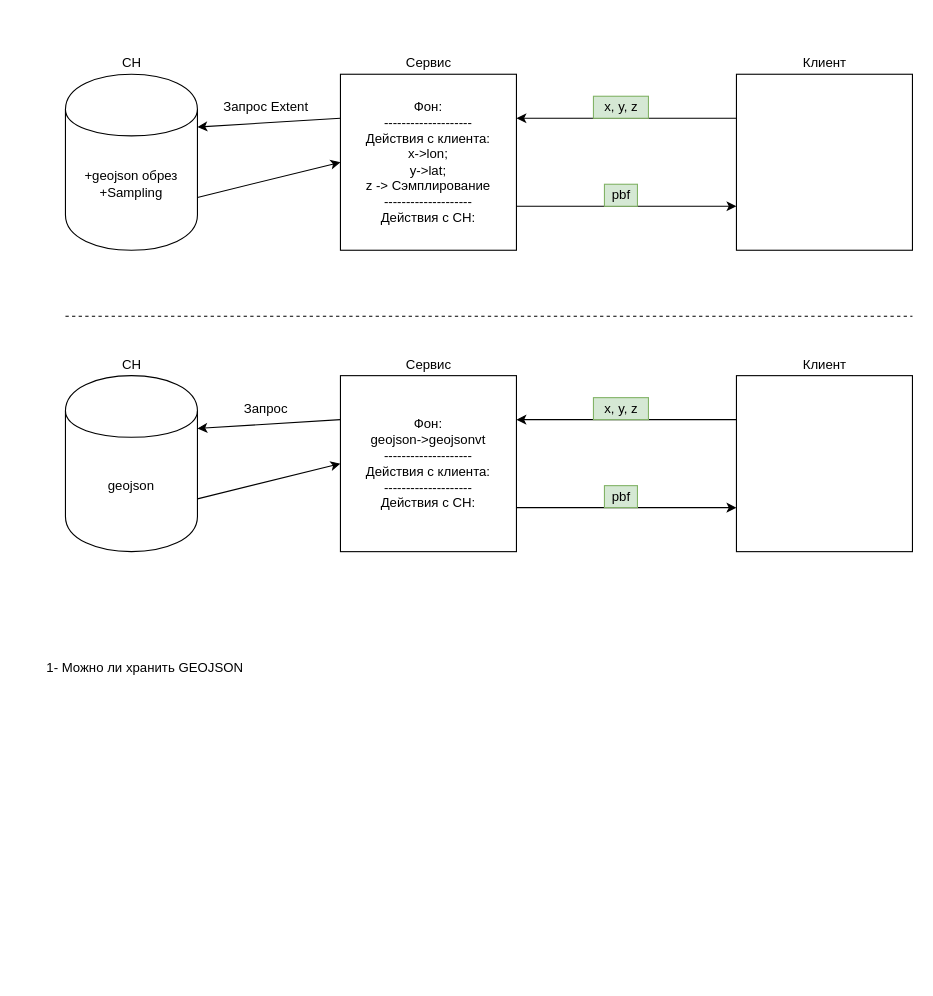
Above: Untitled Diagram.drawio in ca-st/SimpleChestLock (draw.io), before the change. Source tidied: cells renumbered, new cells numbered last; positions are measured from the earlier drawing's top-left corner, leaving out a move shared by most shapes. Both pictures are drawn from the tidied source at 110%, with x=0, y=0 at pixel (40, 52).
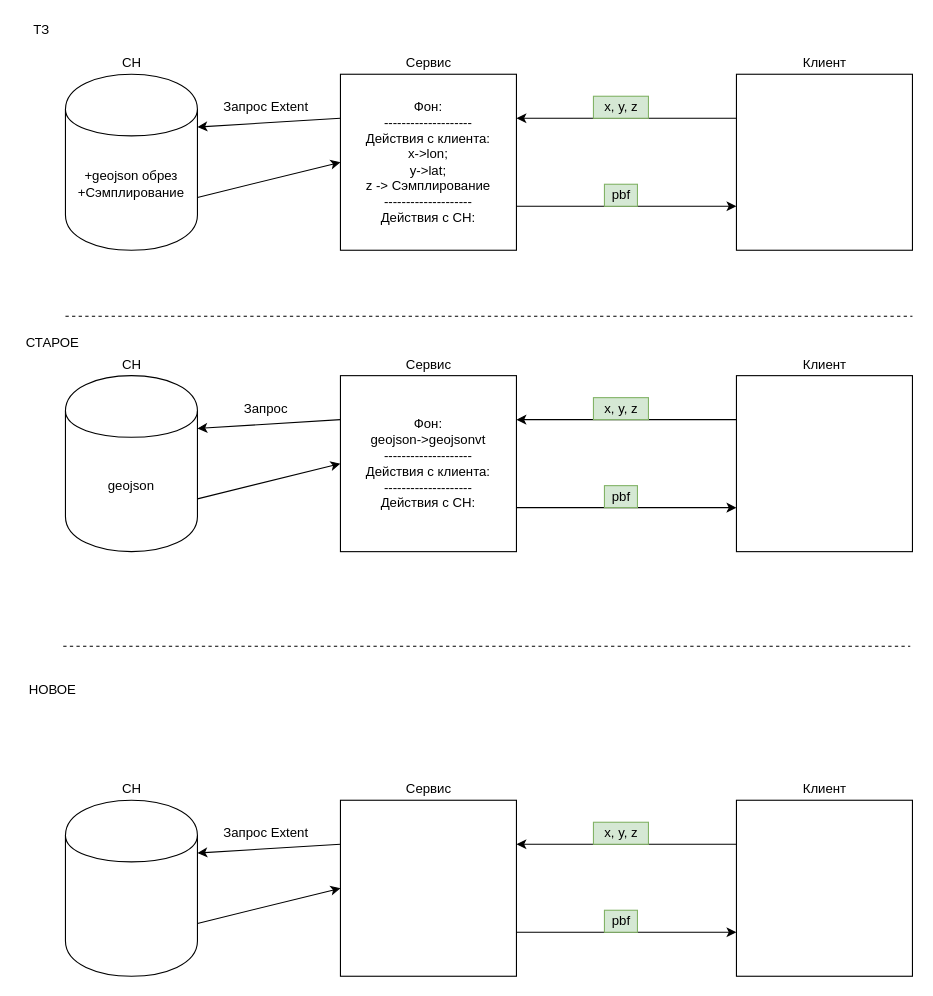
The same page after the edit.

The edit, as a diff of the source:
```diff
@@
-    <mxCell id="2" value="+geojson обрез&lt;br&gt;+Sampling" style="shape=cylinder;whiteSpace=wrap;html=1;boundedLbl=1;backgroundOutline=1;" parent="1" vertex="1">
+    <mxCell id="2" value="+geojson обрез&lt;br&gt;+Сэмплирование" style="shape=cylinder;whiteSpace=wrap;html=1;boundedLbl=1;backgroundOutline=1;" parent="1" vertex="1">
       <mxGeometry x="23" y="20" width="120" height="160" as="geometry" />
     </mxCell>
@@
-    <mxCell id="26" value="1- Можно ли хранить GEOJSON" style="text;html=1;align=center;verticalAlign=middle;" parent="1" vertex="1">
-      <mxGeometry y="550" width="190" height="20" as="geometry" />
-    </mxCell>
@@
+    <mxCell id="30" style="shape=cylinder;whiteSpace=wrap;html=1;boundedLbl=1;backgroundOutline=1;" parent="1" vertex="1">
+      <mxGeometry x="23" y="680" width="120" height="160" as="geometry" />
+    </mxCell>
+    <mxCell id="31" style="whiteSpace=wrap;html=1;" parent="1" vertex="1">
+      <mxGeometry x="273" y="680" width="160" height="160" as="geometry" />
+    </mxCell>
+    <mxCell id="32" value="Сервис" style="text;html=1;align=center;verticalAlign=middle;" parent="1" vertex="1">
+      <mxGeometry x="323" y="660" width="60" height="20" as="geometry" />
+    </mxCell>
+    <mxCell id="33" style="whiteSpace=wrap;html=1;fillColor=#ffffff;imageWidth=10;imageAspect=1;" parent="1" vertex="1">
+      <mxGeometry x="633" y="680" width="160" height="160" as="geometry" />
+    </mxCell>
+    <mxCell id="34" value="Клиент" style="text;html=1;align=center;verticalAlign=middle;" parent="1" vertex="1">
+      <mxGeometry x="683" y="660" width="60" height="20" as="geometry" />
+    </mxCell>
+    <mxCell id="35" style="endArrow=classic;html=1;entryX=1;entryY=0.25;entryDx=0;entryDy=0;exitX=0;exitY=0.25;exitDx=0;exitDy=0;" parent="1" edge="1" source="33" target="31">
+      <mxGeometry relative="1" as="geometry" />
+    </mxCell>
+    <mxCell id="36" style="endArrow=classic;html=1;entryX=0;entryY=0.75;entryDx=0;entryDy=0;exitX=1;exitY=0.75;exitDx=0;exitDy=0;" parent="1" edge="1" source="31" target="33">
+      <mxGeometry relative="1" as="geometry" />
+    </mxCell>
+    <mxCell id="37" style="endArrow=classic;html=1;exitX=0;exitY=0.25;exitDx=0;exitDy=0;entryX=1;entryY=0.3;entryDx=0;entryDy=0;" parent="1" edge="1" source="31" target="30">
+      <mxGeometry relative="1" as="geometry" />
+    </mxCell>
+    <mxCell id="38" value="Запрос Extent" style="text;html=1;align=center;verticalAlign=middle;" parent="1" vertex="1">
+      <mxGeometry x="160" y="700" width="90" height="20" as="geometry" />
+    </mxCell>
+    <mxCell id="39" style="endArrow=classic;html=1;entryX=0;entryY=0.5;entryDx=0;entryDy=0;exitX=1;exitY=0.7;exitDx=0;exitDy=0;" parent="1" edge="1" source="30" target="31">
+      <mxGeometry relative="1" as="geometry" />
+    </mxCell>
+    <mxCell id="40" value="x, y, z" style="text;html=1;align=center;verticalAlign=middle;fillColor=#d5e8d4;strokeColor=#82b366;" parent="1" vertex="1">
+      <mxGeometry x="503" y="700" width="50" height="20" as="geometry" />
+    </mxCell>
+    <mxCell id="41" value="pbf" style="text;html=1;align=center;verticalAlign=middle;fillColor=#d5e8d4;strokeColor=#82b366;" parent="1" vertex="1">
+      <mxGeometry x="513" y="780" width="30" height="20" as="geometry" />
+    </mxCell>
+    <mxCell id="42" value="&lt;span style=&quot;white-space: normal&quot;&gt;CH&lt;/span&gt;" style="text;html=1;align=center;verticalAlign=middle;" parent="1" vertex="1">
+      <mxGeometry x="68" y="660" width="30" height="20" as="geometry" />
+    </mxCell>
+    <mxCell id="43" style="endArrow=none;dashed=1;html=1;" parent="1" edge="1">
+      <mxGeometry relative="1" as="geometry">
+        <mxPoint x="21" y="540" as="sourcePoint" />
+        <mxPoint x="791" y="540" as="targetPoint" />
+      </mxGeometry>
+    </mxCell>
+    <mxCell id="44" value="НОВОЕ" style="text;html=1;align=center;verticalAlign=middle;" parent="1" vertex="1">
+      <mxGeometry x="-19" y="570" width="60" height="20" as="geometry" />
+    </mxCell>
+    <mxCell id="45" value="СТАРОЕ" style="text;html=1;align=center;verticalAlign=middle;" parent="1" vertex="1">
+      <mxGeometry x="-19" y="254" width="60" height="20" as="geometry" />
+    </mxCell>
+    <mxCell id="46" value="ТЗ" style="text;html=1;align=center;verticalAlign=middle;" parent="1" vertex="1">
+      <mxGeometry x="-14" y="-30" width="30" height="20" as="geometry" />
+    </mxCell>
```
